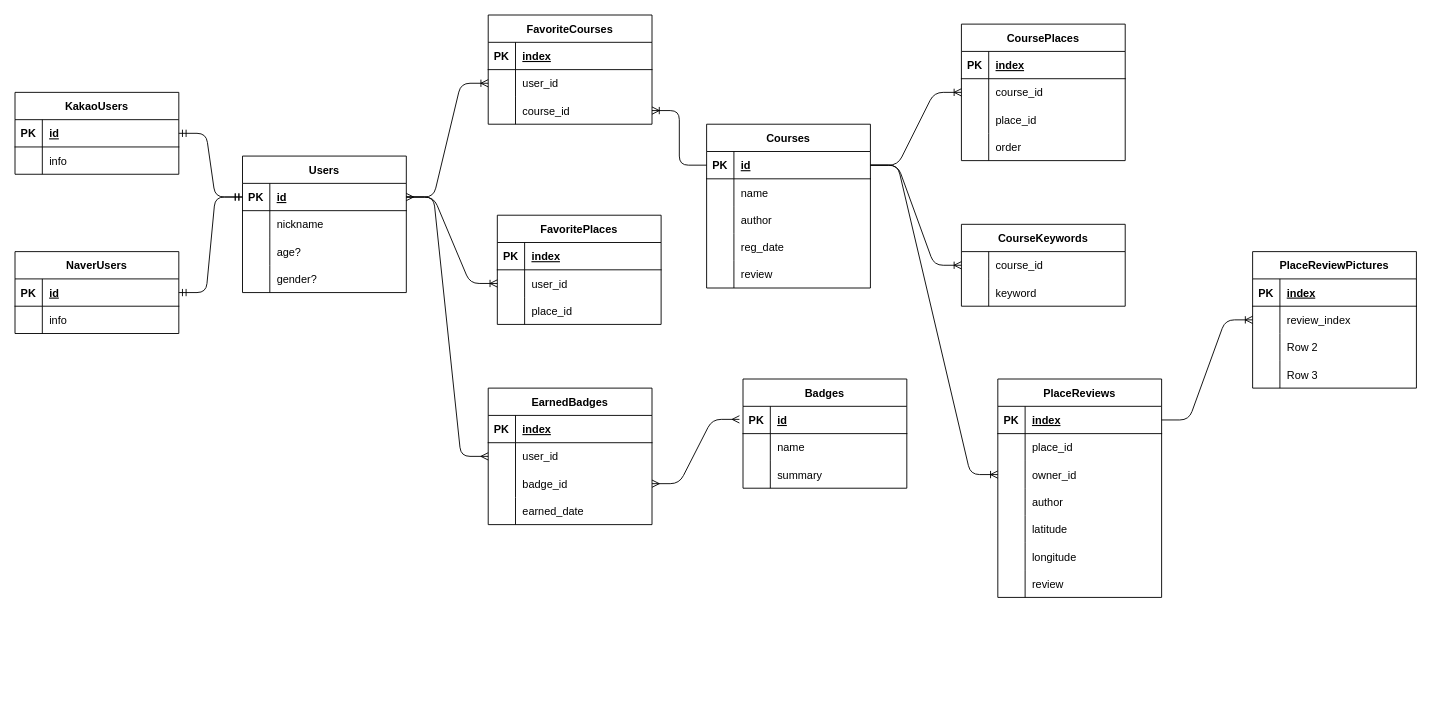
Earlier version of the draw.io diagram doc/scheme.drawio (snowmerak/ggeco). Source tidied: cells renumbered, new cells numbered last; positions are measured from the earlier drawing's top-left corner, leaving out a move shared by most shapes. Both pictures are drawn from the tidied source at 91%, with x=0, y=0 at pixel (15, 15).
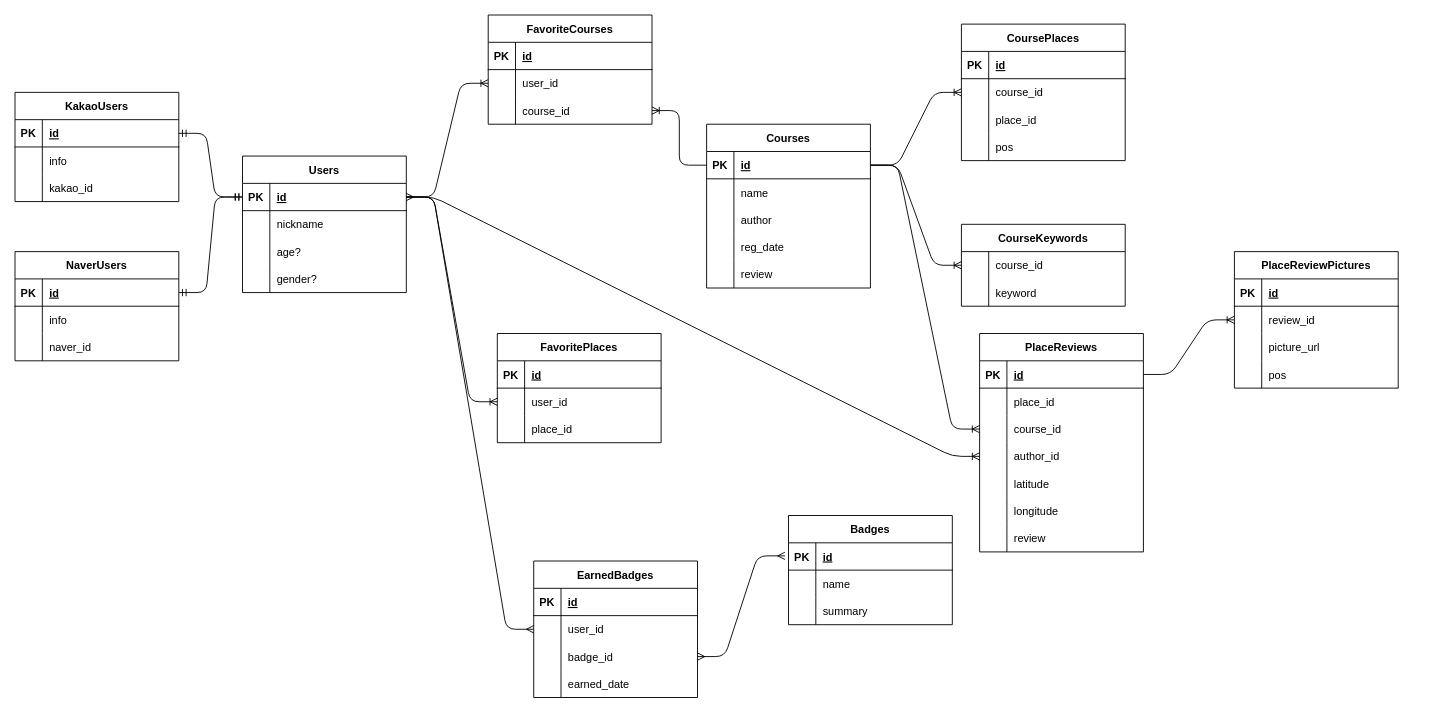
The same page after the edit.

Unchanged cells that the change refers to:
```xml
<mxCell id="19" style="shape=tableRow;horizontal=0;startSize=0;swimlaneHead=0;swimlaneBody=0;fillColor=none;top=0;left=0;right=0;bottom=1;" parent="18" vertex="1">
  <mxGeometry y="30" width="180" height="30" as="geometry" />
</mxCell>
<mxCell id="28" style="shape=tableRow;horizontal=0;startSize=0;swimlaneHead=0;swimlaneBody=0;fillColor=none;top=0;left=0;right=0;bottom=0;" parent="18" vertex="1">
  <mxGeometry y="120" width="180" height="30" as="geometry" />
</mxCell>
<mxCell id="41" style="shape=tableRow;horizontal=0;startSize=0;swimlaneHead=0;swimlaneBody=0;fillColor=none;points=[[0,0.5],[1,0.5]];portConstraint=eastwest;top=0;left=0;right=0;bottom=1;" parent="40" vertex="1">
  <mxGeometry y="30" width="180" height="30" as="geometry" />
</mxCell>
<mxCell id="70" style="shape=tableRow;horizontal=0;startSize=0;swimlaneHead=0;swimlaneBody=0;fillColor=none;top=0;left=0;right=0;bottom=1;" parent="69" vertex="1">
  <mxGeometry y="30" width="180" height="30" as="geometry" />
</mxCell>
<mxCell id="80" style="shape=tableRow;horizontal=0;startSize=0;swimlaneHead=0;swimlaneBody=0;fillColor=none;top=0;left=0;right=0;bottom=1;" parent="79" vertex="1">
  <mxGeometry y="30" width="180" height="30" as="geometry" />
</mxCell>
<mxCell id="103" style="shape=tableRow;horizontal=0;startSize=0;swimlaneHead=0;swimlaneBody=0;fillColor=none;top=0;left=0;right=0;bottom=1;" parent="102" vertex="1">
  <mxGeometry y="30" width="180" height="30" as="geometry" />
</mxCell>
<mxCell id="118" style="shape=tableRow;horizontal=0;startSize=0;swimlaneHead=0;swimlaneBody=0;fillColor=none;points=[[0,0.5],[1,0.5]];portConstraint=eastwest;top=0;left=0;right=0;bottom=1;" parent="117" vertex="1">
  <mxGeometry y="30" width="180" height="30" as="geometry" />
</mxCell>
<mxCell id="124" style="shape=tableRow;horizontal=0;startSize=0;swimlaneHead=0;swimlaneBody=0;fillColor=none;points=[[0,0.5],[1,0.5]];portConstraint=eastwest;top=0;left=0;right=0;bottom=0;" parent="117" vertex="1">
  <mxGeometry y="90" width="180" height="30" as="geometry" />
</mxCell>
<mxCell id="127" style="shape=tableRow;horizontal=0;startSize=0;swimlaneHead=0;swimlaneBody=0;fillColor=none;points=[[0,0.5],[1,0.5]];portConstraint=eastwest;top=0;left=0;right=0;bottom=0;" parent="117" vertex="1">
  <mxGeometry y="120" width="180" height="30" as="geometry" />
</mxCell>
<mxCell id="141" style="shape=tableRow;horizontal=0;startSize=0;swimlaneHead=0;swimlaneBody=0;fillColor=none;top=0;left=0;right=0;bottom=1;" parent="140" vertex="1">
  <mxGeometry y="30" width="180" height="30" as="geometry" />
</mxCell>
<mxCell id="144" style="shape=tableRow;horizontal=0;startSize=0;swimlaneHead=0;swimlaneBody=0;fillColor=none;points=[[0,0.5],[1,0.5]];portConstraint=eastwest;top=0;left=0;right=0;bottom=0;" parent="140" vertex="1">
  <mxGeometry y="60" width="180" height="30" as="geometry" />
</mxCell>
<mxCell id="147" style="shape=tableRow;horizontal=0;startSize=0;swimlaneHead=0;swimlaneBody=0;fillColor=none;top=0;left=0;right=0;bottom=0;" parent="140" vertex="1">
  <mxGeometry y="90" width="180" height="30" as="geometry" />
</mxCell>
<mxCell id="150" style="shape=tableRow;horizontal=0;startSize=0;swimlaneHead=0;swimlaneBody=0;fillColor=none;top=0;left=0;right=0;bottom=0;" parent="140" vertex="1">
  <mxGeometry y="120" width="180" height="30" as="geometry" />
</mxCell>
```

The edit, as a diff of the source:
```diff
@@
-    <mxCell id="21" value="index" style="shape=partialRectangle;fillColor=none;top=0;left=0;bottom=0;right=0;align=left;spacingLeft=6;fontStyle=5;overflow=hidden;" parent="19" vertex="1">
+    <mxCell id="21" value="id" style="shape=partialRectangle;fillColor=none;top=0;left=0;bottom=0;right=0;align=left;spacingLeft=6;fontStyle=5;overflow=hidden;" parent="19" vertex="1">
       <mxGeometry x="30" width="150" height="30" as="geometry" />
     </mxCell>
@@
-    <mxCell id="30" value="order" style="shape=partialRectangle;fillColor=none;top=0;left=0;bottom=0;right=0;align=left;spacingLeft=6;overflow=hidden;" parent="28" vertex="1">
+    <mxCell id="30" value="pos" style="shape=partialRectangle;fillColor=none;top=0;left=0;bottom=0;right=0;align=left;spacingLeft=6;overflow=hidden;" parent="28" vertex="1">
       <mxGeometry x="30" width="150" height="30" as="geometry" />
     </mxCell>
@@
     <mxCell id="53" value="NaverUsers" style="shape=table;startSize=30;childLayout=tableLayout;rowLines=0;fontStyle=1;align=center;" parent="1" vertex="1">
-      <mxGeometry y="260" width="180" height="90" as="geometry" />
+      <mxGeometry y="260" width="180" height="120" as="geometry" />
     </mxCell>
@@
+    <mxCell id="154" style="shape=tableRow;horizontal=0;startSize=0;swimlaneHead=0;swimlaneBody=0;fillColor=none;top=0;left=0;right=0;bottom=0;" parent="53" vertex="1">
+      <mxGeometry y="90" width="180" height="30" as="geometry" />
+    </mxCell>
+    <mxCell id="155" style="shape=partialRectangle;fillColor=none;top=0;left=0;bottom=0;right=0;overflow=hidden;" parent="154" vertex="1">
+      <mxGeometry width="30" height="30" as="geometry" />
+    </mxCell>
+    <mxCell id="156" value="naver_id" style="shape=partialRectangle;fillColor=none;top=0;left=0;bottom=0;right=0;align=left;spacingLeft=6;overflow=hidden;" parent="154" vertex="1">
+      <mxGeometry x="30" width="150" height="30" as="geometry" />
+    </mxCell>
     <mxCell id="60" value="KakaoUsers" style="shape=table;startSize=30;childLayout=tableLayout;rowLines=0;fontStyle=1;align=center;" parent="1" vertex="1">
-      <mxGeometry y="85" width="180" height="90" as="geometry" />
+      <mxGeometry y="85" width="180" height="120" as="geometry" />
     </mxCell>
@@
+    <mxCell id="157" style="shape=tableRow;horizontal=0;startSize=0;swimlaneHead=0;swimlaneBody=0;fillColor=none;top=0;left=0;right=0;bottom=0;" parent="60" vertex="1">
+      <mxGeometry y="90" width="180" height="30" as="geometry" />
+    </mxCell>
+    <mxCell id="158" style="shape=partialRectangle;fillColor=none;top=0;left=0;bottom=0;right=0;overflow=hidden;" parent="157" vertex="1">
+      <mxGeometry width="30" height="30" as="geometry" />
+    </mxCell>
+    <mxCell id="159" value="kakao_id" style="shape=partialRectangle;fillColor=none;top=0;left=0;bottom=0;right=0;align=left;spacingLeft=6;overflow=hidden;" parent="157" vertex="1">
+      <mxGeometry x="30" width="150" height="30" as="geometry" />
+    </mxCell>
@@
-    <mxCell id="72" value="index" style="shape=partialRectangle;fillColor=none;top=0;left=0;bottom=0;right=0;align=left;spacingLeft=6;fontStyle=5;overflow=hidden;" parent="70" vertex="1">
+    <mxCell id="72" value="id" style="shape=partialRectangle;fillColor=none;top=0;left=0;bottom=0;right=0;align=left;spacingLeft=6;fontStyle=5;overflow=hidden;" parent="70" vertex="1">
       <mxGeometry x="30" width="150" height="30" as="geometry" />
     </mxCell>
@@
     <mxCell id="79" value="FavoritePlaces" style="shape=table;startSize=30;childLayout=tableLayout;rowLines=0;fontStyle=1;align=center;" parent="1" vertex="1">
-      <mxGeometry x="530" y="220" width="180" height="120" as="geometry" />
+      <mxGeometry x="530" y="350" width="180" height="120" as="geometry" />
     </mxCell>
@@
-    <mxCell id="82" value="index" style="shape=partialRectangle;fillColor=none;top=0;left=0;bottom=0;right=0;align=left;spacingLeft=6;fontStyle=5;overflow=hidden;" parent="80" vertex="1">
+    <mxCell id="82" value="id" style="shape=partialRectangle;fillColor=none;top=0;left=0;bottom=0;right=0;align=left;spacingLeft=6;fontStyle=5;overflow=hidden;" parent="80" vertex="1">
       <mxGeometry x="30" width="150" height="30" as="geometry" />
     </mxCell>
@@
     <mxCell id="92" value="Badges" style="shape=table;startSize=30;childLayout=tableLayout;rowLines=0;fontStyle=1;align=center;" parent="1" vertex="1">
-      <mxGeometry x="800" y="400" width="180" height="120" as="geometry" />
+      <mxGeometry x="850" y="550" width="180" height="120" as="geometry" />
     </mxCell>
@@
     <mxCell id="102" value="EarnedBadges" style="shape=table;startSize=30;childLayout=tableLayout;rowLines=0;fontStyle=1;align=center;" parent="1" vertex="1">
-      <mxGeometry x="520" y="410" width="180" height="150" as="geometry" />
+      <mxGeometry x="570" y="600" width="180" height="150" as="geometry" />
     </mxCell>
@@
-    <mxCell id="105" value="index" style="shape=partialRectangle;fillColor=none;top=0;left=0;bottom=0;right=0;align=left;spacingLeft=6;fontStyle=5;overflow=hidden;" parent="103" vertex="1">
+    <mxCell id="105" value="id" style="shape=partialRectangle;fillColor=none;top=0;left=0;bottom=0;right=0;align=left;spacingLeft=6;fontStyle=5;overflow=hidden;" parent="103" vertex="1">
       <mxGeometry x="30" width="150" height="30" as="geometry" />
     </mxCell>
@@
     <mxCell id="117" value="PlaceReviews" style="shape=table;startSize=30;childLayout=tableLayout;rowLines=0;fontStyle=1;align=center;" parent="1" vertex="1">
-      <mxGeometry x="1080" y="400" width="180" height="240" as="geometry" />
+      <mxGeometry x="1060" y="350" width="180" height="240" as="geometry" />
     </mxCell>
@@
-    <mxCell id="120" value="index" style="shape=partialRectangle;fillColor=none;top=0;left=0;bottom=0;right=0;align=left;spacingLeft=6;fontStyle=5;overflow=hidden;" parent="118" vertex="1">
+    <mxCell id="120" value="id" style="shape=partialRectangle;fillColor=none;top=0;left=0;bottom=0;right=0;align=left;spacingLeft=6;fontStyle=5;overflow=hidden;" parent="118" vertex="1">
       <mxGeometry x="30" width="150" height="30" as="geometry" />
     </mxCell>
@@
-    <mxCell id="126" value="owner_id" style="shape=partialRectangle;fillColor=none;top=0;left=0;bottom=0;right=0;align=left;spacingLeft=6;overflow=hidden;" parent="124" vertex="1">
+    <mxCell id="126" value="course_id" style="shape=partialRectangle;fillColor=none;top=0;left=0;bottom=0;right=0;align=left;spacingLeft=6;overflow=hidden;" parent="124" vertex="1">
       <mxGeometry x="30" width="150" height="30" as="geometry" />
     </mxCell>
@@
-    <mxCell id="129" value="author" style="shape=partialRectangle;fillColor=none;top=0;left=0;bottom=0;right=0;align=left;spacingLeft=6;overflow=hidden;" parent="127" vertex="1">
+    <mxCell id="129" value="author_id" style="shape=partialRectangle;fillColor=none;top=0;left=0;bottom=0;right=0;align=left;spacingLeft=6;overflow=hidden;" parent="127" vertex="1">
       <mxGeometry x="30" width="150" height="30" as="geometry" />
     </mxCell>
@@
     <mxCell id="140" value="PlaceReviewPictures" style="shape=table;startSize=30;childLayout=tableLayout;rowLines=0;fontStyle=1;align=center;" parent="1" vertex="1">
-      <mxGeometry x="1360" y="260" width="180" height="150" as="geometry" />
+      <mxGeometry x="1340" y="260" width="180" height="150" as="geometry" />
     </mxCell>
@@
-    <mxCell id="143" value="index" style="shape=partialRectangle;fillColor=none;top=0;left=0;bottom=0;right=0;align=left;spacingLeft=6;fontStyle=5;overflow=hidden;" parent="141" vertex="1">
+    <mxCell id="143" value="id" style="shape=partialRectangle;fillColor=none;top=0;left=0;bottom=0;right=0;align=left;spacingLeft=6;fontStyle=5;overflow=hidden;" parent="141" vertex="1">
       <mxGeometry x="30" width="150" height="30" as="geometry" />
     </mxCell>
@@
-    <mxCell id="146" value="review_index" style="shape=partialRectangle;fillColor=none;top=0;left=0;bottom=0;right=0;align=left;spacingLeft=6;overflow=hidden;" parent="144" vertex="1">
+    <mxCell id="146" value="review_id" style="shape=partialRectangle;fillColor=none;top=0;left=0;bottom=0;right=0;align=left;spacingLeft=6;overflow=hidden;" parent="144" vertex="1">
       <mxGeometry x="30" width="150" height="30" as="geometry" />
     </mxCell>
@@
-    <mxCell id="149" value="Row 2" style="shape=partialRectangle;fillColor=none;top=0;left=0;bottom=0;right=0;align=left;spacingLeft=6;overflow=hidden;" parent="147" vertex="1">
+    <mxCell id="149" value="picture_url" style="shape=partialRectangle;fillColor=none;top=0;left=0;bottom=0;right=0;align=left;spacingLeft=6;overflow=hidden;" parent="147" vertex="1">
       <mxGeometry x="30" width="150" height="30" as="geometry" />
     </mxCell>
@@
-    <mxCell id="152" value="Row 3" style="shape=partialRectangle;fillColor=none;top=0;left=0;bottom=0;right=0;align=left;spacingLeft=6;overflow=hidden;" parent="150" vertex="1">
+    <mxCell id="152" value="pos" style="shape=partialRectangle;fillColor=none;top=0;left=0;bottom=0;right=0;align=left;spacingLeft=6;overflow=hidden;" parent="150" vertex="1">
       <mxGeometry x="30" width="150" height="30" as="geometry" />
     </mxCell>
@@
+    <mxCell id="160" style="edgeStyle=entityRelationEdgeStyle;fontSize=12;html=1;endArrow=ERoneToMany;exitX=1;exitY=0.5;exitDx=0;exitDy=0;entryX=0;entryY=0.5;entryDx=0;entryDy=0;" parent="1" edge="1" source="41" target="127">
+      <mxGeometry relative="1" as="geometry" />
+    </mxCell>
```
